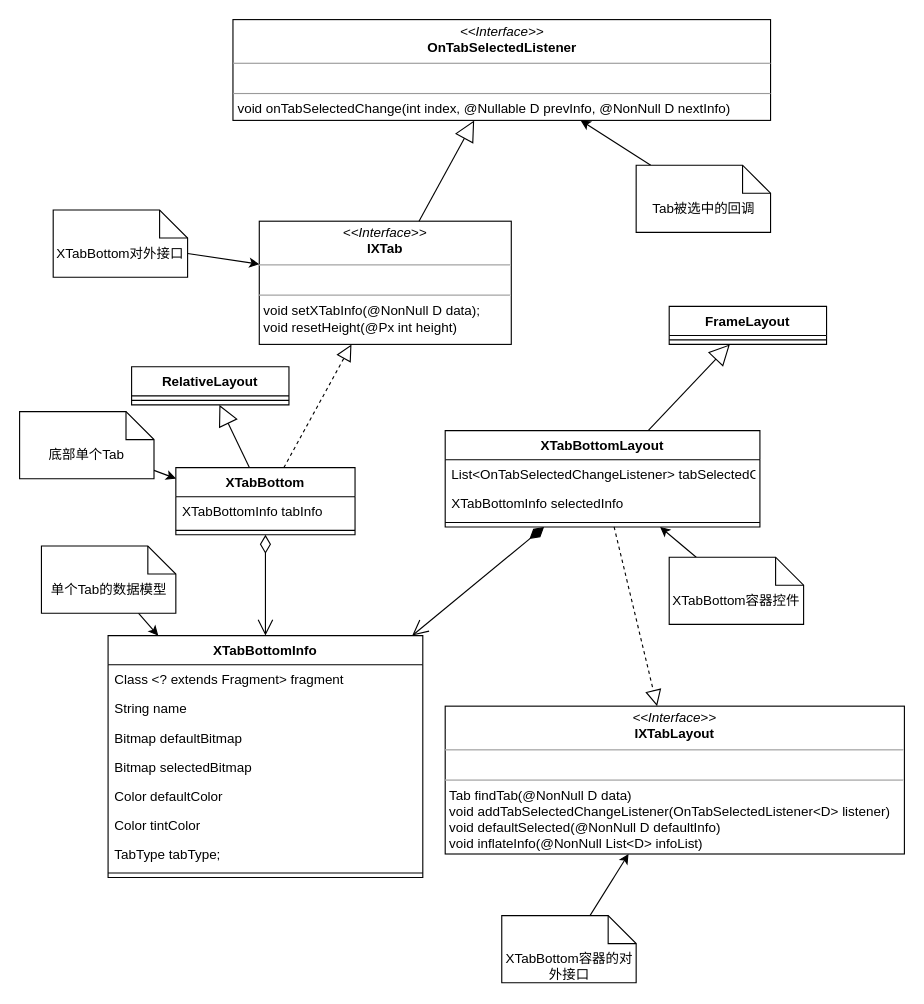
Earlier version of the draw.io diagram XTabBottom类图.drawio (ColonelDarcy2018/excelsior). Source tidied: cells renumbered, new cells numbered last; positions are measured from the earlier drawing's top-left corner, leaving out a move shared by most shapes. Both pictures are drawn from the tidied source at 112%, with x=0, y=0 at pixel (19, 19).
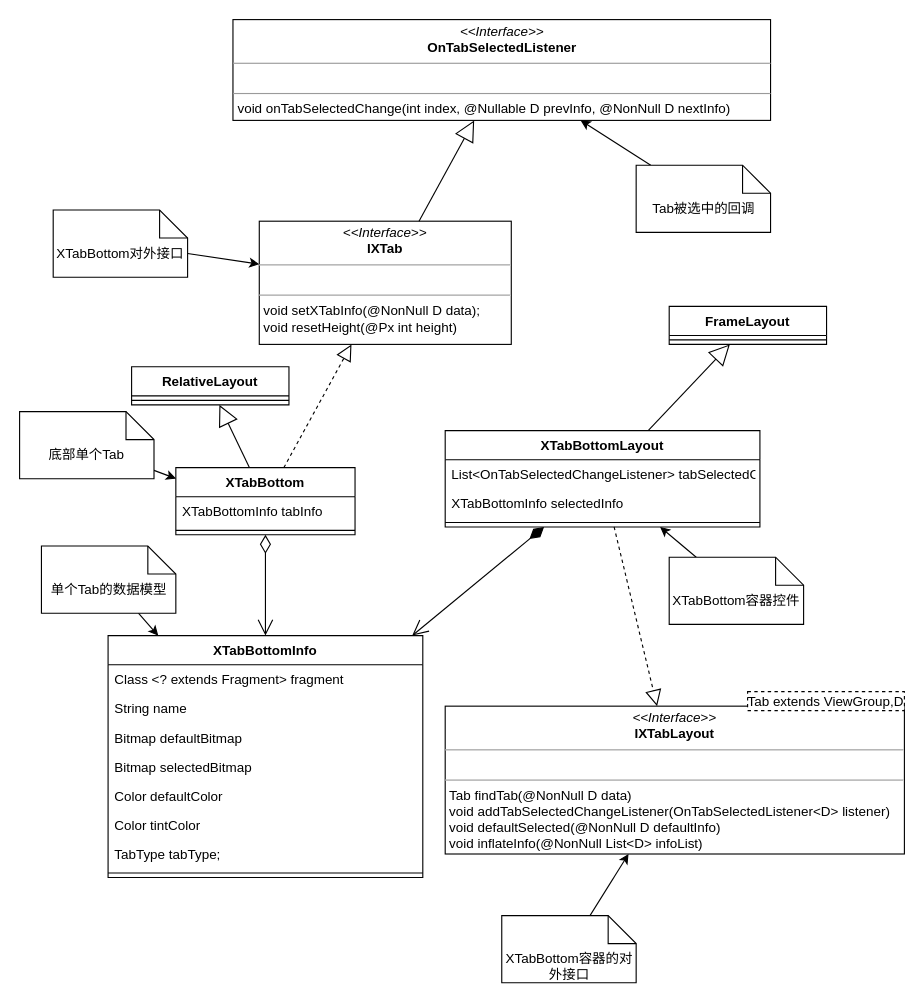
The same diagram, later.

Diff of the diagram source:
```diff
@@
-    <mxCell id="32" value="&lt;p style=&quot;margin: 0px ; margin-top: 4px ; text-align: center&quot;&gt;&lt;i&gt;&amp;lt;&amp;lt;Interface&amp;gt;&amp;gt;&lt;/i&gt;&lt;br&gt;&lt;b&gt;IXTabLayout&lt;/b&gt;&lt;/p&gt;&lt;hr size=&quot;1&quot;&gt;&lt;p style=&quot;margin: 0px ; margin-left: 4px&quot;&gt;&lt;br&gt;&lt;/p&gt;&lt;hr size=&quot;1&quot;&gt;&lt;p style=&quot;margin: 0px ; margin-left: 4px&quot;&gt;Tab findTab(@NonNull D data)&lt;/p&gt;&lt;p style=&quot;margin: 0px ; margin-left: 4px&quot;&gt;void addTabSelectedChangeListener(OnTabSelectedListener&amp;lt;D&amp;gt; listener)&lt;/p&gt;&lt;p style=&quot;margin: 0px ; margin-left: 4px&quot;&gt;void defaultSelected(@NonNull D defaultInfo)&lt;/p&gt;&lt;p style=&quot;margin: 0px ; margin-left: 4px&quot;&gt;void inflateInfo(@NonNull List&amp;lt;D&amp;gt; infoList)&lt;/p&gt;" style="verticalAlign=top;align=left;overflow=fill;fontSize=12;fontFamily=Helvetica;html=1;" parent="1" vertex="1">
-      <mxGeometry x="380" y="613" width="410" height="132" as="geometry" />
-    </mxCell>
@@
+    <mxCell id="44" style="group;" parent="1" vertex="1">
+      <mxGeometry x="380" y="600" width="410" height="145" as="geometry" />
+    </mxCell>
+    <mxCell id="32" value="&lt;p style=&quot;margin: 0px ; margin-top: 4px ; text-align: center&quot;&gt;&lt;i&gt;&amp;lt;&amp;lt;Interface&amp;gt;&amp;gt;&lt;/i&gt;&lt;br&gt;&lt;b&gt;IXTabLayout&lt;/b&gt;&lt;/p&gt;&lt;hr size=&quot;1&quot;&gt;&lt;p style=&quot;margin: 0px ; margin-left: 4px&quot;&gt;&lt;br&gt;&lt;/p&gt;&lt;hr size=&quot;1&quot;&gt;&lt;p style=&quot;margin: 0px ; margin-left: 4px&quot;&gt;Tab findTab(@NonNull D data)&lt;/p&gt;&lt;p style=&quot;margin: 0px ; margin-left: 4px&quot;&gt;void addTabSelectedChangeListener(OnTabSelectedListener&amp;lt;D&amp;gt; listener)&lt;/p&gt;&lt;p style=&quot;margin: 0px ; margin-left: 4px&quot;&gt;void defaultSelected(@NonNull D defaultInfo)&lt;/p&gt;&lt;p style=&quot;margin: 0px ; margin-left: 4px&quot;&gt;void inflateInfo(@NonNull List&amp;lt;D&amp;gt; infoList)&lt;/p&gt;" style="verticalAlign=top;align=left;overflow=fill;fontSize=12;fontFamily=Helvetica;html=1;" parent="44" vertex="1">
+      <mxGeometry y="13" width="410" height="132" as="geometry" />
+    </mxCell>
+    <mxCell id="45" value="Tab extends ViewGroup,D" style="fontStyle=0;dashed=1;" parent="44" vertex="1">
+      <mxGeometry x="270" width="140" height="17" as="geometry" />
+    </mxCell>
```
